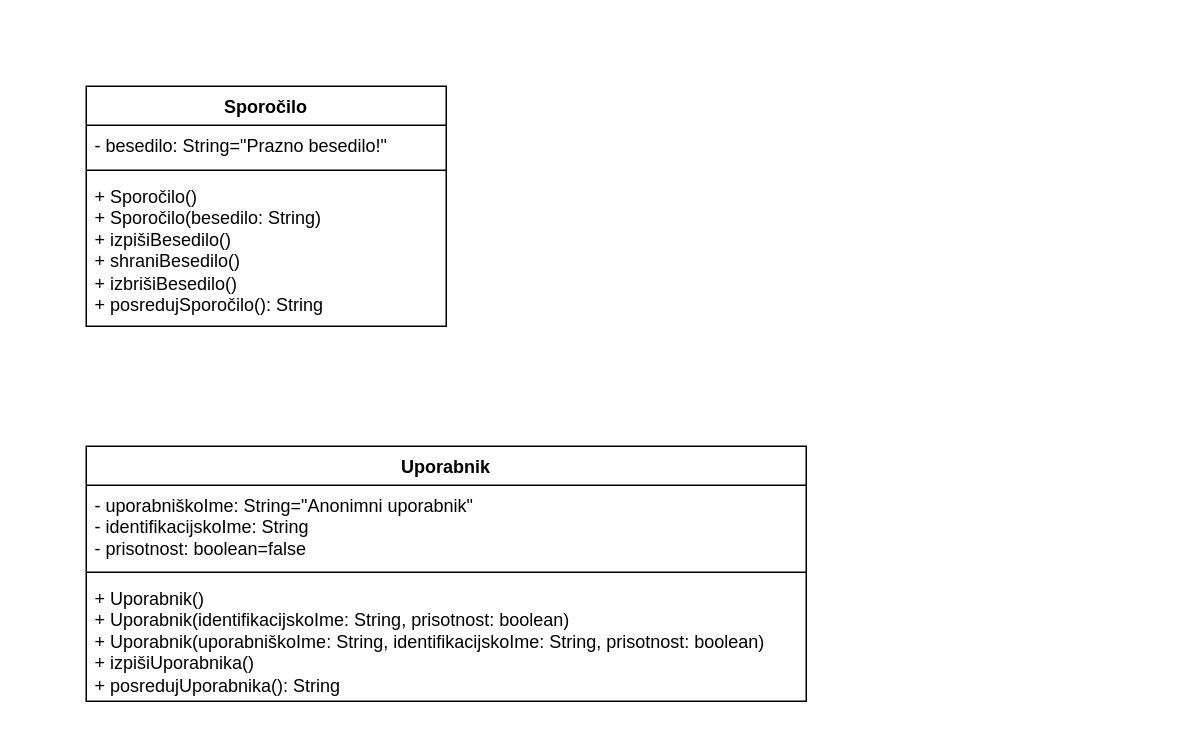
Before: Untitled Diagram.drawio in AnzeStanonik/UML, a draw.io diagram. Source tidied: cells renumbered, new cells numbered last; positions are measured from the earlier drawing's top-left corner, leaving out a move shared by most shapes. Both pictures are drawn from the tidied source at 150%, with x=0, y=0 at pixel (86, 86).
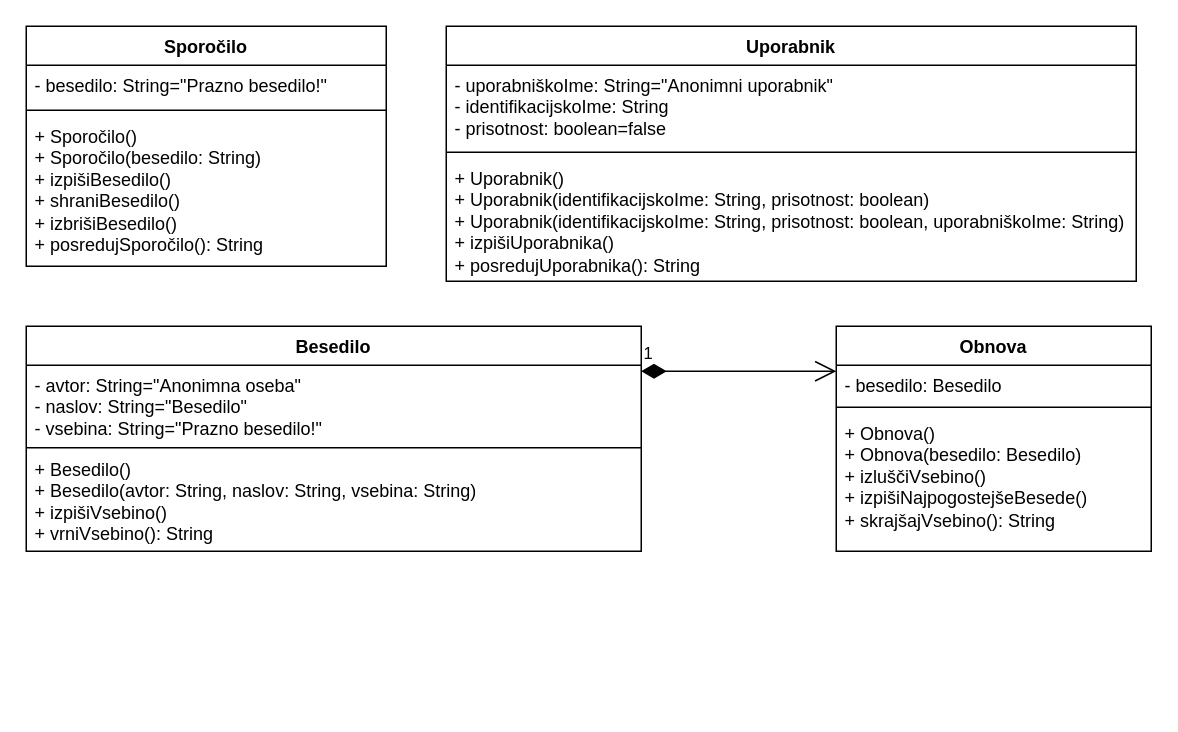
The same page after the edit.

What changed in the source:
```diff
@@
 <mxGraphModel>
   <root>
     <mxCell id="0" />
     <mxCell id="1" parent="0" />
     <mxCell id="2" value="Sporočilo" style="swimlane;fontStyle=1;align=center;verticalAlign=top;horizontal=1;startSize=26;whiteSpace=wrap;html=1;" parent="1" vertex="1">
-      <mxGeometry width="240" height="160" as="geometry" />
+      <mxGeometry x="-40" y="-40" width="240" height="160" as="geometry" />
     </mxCell>
     <mxCell id="3" value="- besedilo: String=&quot;Prazno besedilo!&quot;" style="text;strokeColor=none;fillColor=none;align=left;verticalAlign=top;spacingLeft=4;spacingRight=4;overflow=hidden;whiteSpace=wrap;html=1;" parent="2" vertex="1">
       <mxGeometry y="26" width="240" height="26" as="geometry" />
     </mxCell>
     <mxCell id="4" style="line;strokeWidth=1;fillColor=none;align=left;verticalAlign=middle;spacingTop=-1;spacingLeft=3;spacingRight=3;labelPosition=right;strokeColor=inherit;" parent="2" vertex="1">
       <mxGeometry y="52" width="240" height="8" as="geometry" />
     </mxCell>
     <mxCell id="5" value="+ Sporočilo()&lt;br&gt;+ Sporočilo(besedilo: String)&lt;br&gt;+ izpišiBesedilo()&lt;br&gt;+ shraniBesedilo()&lt;br&gt;+ izbrišiBesedilo()&lt;br&gt;+ posredujSporočilo(): String&lt;br&gt;&lt;span id=&quot;docs-internal-guid-d6e9b608-7fff-2b1b-9bd6-6f1874b1965f&quot;&gt;&lt;/span&gt;&lt;span id=&quot;docs-internal-guid-d6e9b608-7fff-2b1b-9bd6-6f1874b1965f&quot;&gt;&lt;/span&gt;&lt;span id=&quot;docs-internal-guid-d6e9b608-7fff-2b1b-9bd6-6f1874b1965f&quot;&gt;&lt;/span&gt;&lt;span id=&quot;docs-internal-guid-d6e9b608-7fff-2b1b-9bd6-6f1874b1965f&quot;&gt;&lt;/span&gt;&lt;span id=&quot;docs-internal-guid-d6e9b608-7fff-2b1b-9bd6-6f1874b1965f&quot;&gt;&lt;/span&gt;" style="text;strokeColor=none;fillColor=none;align=left;verticalAlign=top;spacingLeft=4;spacingRight=4;overflow=hidden;whiteSpace=wrap;html=1;" parent="2" vertex="1">
       <mxGeometry y="60" width="240" height="100" as="geometry" />
     </mxCell>
     <mxCell id="6" value="Uporabnik" style="swimlane;fontStyle=1;align=center;verticalAlign=top;horizontal=1;startSize=26;whiteSpace=wrap;html=1;" parent="1" vertex="1">
-      <mxGeometry y="240" width="480" height="170" as="geometry" />
+      <mxGeometry x="240" y="-40" width="460" height="170" as="geometry" />
     </mxCell>
     <mxCell id="7" value="- uporabniškoIme: String=&quot;Anonimni uporabnik&quot;&lt;br&gt;- identifikacijskoIme: String&lt;br&gt;- prisotnost: boolean=false" style="text;strokeColor=none;fillColor=none;align=left;verticalAlign=top;spacingLeft=4;spacingRight=4;overflow=hidden;whiteSpace=wrap;html=1;" parent="6" vertex="1">
-      <mxGeometry y="26" width="480" height="54" as="geometry" />
+      <mxGeometry y="26" width="460" height="54" as="geometry" />
     </mxCell>
     <mxCell id="8" style="line;strokeWidth=1;fillColor=none;align=left;verticalAlign=middle;spacingTop=-1;spacingLeft=3;spacingRight=3;labelPosition=right;strokeColor=inherit;" parent="6" vertex="1">
-      <mxGeometry y="80" width="480" height="8" as="geometry" />
+      <mxGeometry y="80" width="460" height="8" as="geometry" />
     </mxCell>
-    <mxCell id="9" value="+ Uporabnik()&lt;br&gt;+ Uporabnik(identifikacijskoIme: String, prisotnost: boolean)&lt;br&gt;+ Uporabnik(uporabniškoIme: String, identifikacijskoIme: String, prisotnost: boolean)&lt;br&gt;+ izpišiUporabnika()&lt;br&gt;+ posredujUporabnika(): String" style="text;strokeColor=none;fillColor=none;align=left;verticalAlign=top;spacingLeft=4;spacingRight=4;overflow=hidden;whiteSpace=wrap;html=1;" parent="6" vertex="1">
-      <mxGeometry y="88" width="480" height="82" as="geometry" />
+    <mxCell id="9" value="+ Uporabnik()&lt;br&gt;+ Uporabnik(identifikacijskoIme: String, prisotnost: boolean)&lt;br&gt;+ Uporabnik(identifikacijskoIme: String, prisotnost: boolean, uporabniškoIme: String)&lt;br&gt;+ izpišiUporabnika()&lt;br&gt;+ posredujUporabnika(): String" style="text;strokeColor=none;fillColor=none;align=left;verticalAlign=top;spacingLeft=4;spacingRight=4;overflow=hidden;whiteSpace=wrap;html=1;" parent="6" vertex="1">
+      <mxGeometry y="88" width="460" height="82" as="geometry" />
     </mxCell>
+    <mxCell id="10" value="Besedilo" style="swimlane;fontStyle=1;align=center;verticalAlign=top;horizontal=1;startSize=26;whiteSpace=wrap;html=1;" parent="1" vertex="1">
+      <mxGeometry x="-40" y="160" width="410" height="150" as="geometry" />
+    </mxCell>
+    <mxCell id="11" value="- avtor: String=&quot;Anonimna oseba&quot;&lt;br style=&quot;border-color: var(--border-color);&quot;&gt;- naslov: String=&quot;Besedilo&quot;&lt;br style=&quot;border-color: var(--border-color);&quot;&gt;- vsebina: String=&quot;Prazno besedilo!&quot;" style="text;strokeColor=none;fillColor=none;align=left;verticalAlign=top;spacingLeft=4;spacingRight=4;overflow=hidden;whiteSpace=wrap;html=1;" parent="10" vertex="1">
+      <mxGeometry y="26" width="410" height="54" as="geometry" />
+    </mxCell>
+    <mxCell id="12" style="line;strokeWidth=1;fillColor=none;align=left;verticalAlign=middle;spacingTop=-1;spacingLeft=3;spacingRight=3;labelPosition=right;strokeColor=inherit;" parent="10" vertex="1">
+      <mxGeometry y="80" width="410" height="2" as="geometry" />
+    </mxCell>
+    <mxCell id="13" value="+ Besedilo()&lt;br style=&quot;border-color: var(--border-color);&quot;&gt;+ Besedilo(avtor: String, naslov: String, vsebina: String)&lt;br style=&quot;border-color: var(--border-color);&quot;&gt;+ izpišiVsebino()&lt;br style=&quot;border-color: var(--border-color);&quot;&gt;+ vrniVsebino(): String" style="text;strokeColor=none;fillColor=none;align=left;verticalAlign=top;spacingLeft=4;spacingRight=4;overflow=hidden;whiteSpace=wrap;html=1;" parent="10" vertex="1">
+      <mxGeometry y="82" width="410" height="68" as="geometry" />
+    </mxCell>
+    <mxCell id="14" value="Obnova" style="swimlane;fontStyle=1;align=center;verticalAlign=top;horizontal=1;startSize=26;whiteSpace=wrap;html=1;" parent="1" vertex="1">
+      <mxGeometry x="500" y="160" width="210" height="150" as="geometry" />
+    </mxCell>
+    <mxCell id="15" value="- besedilo: Besedilo" style="text;strokeColor=none;fillColor=none;align=left;verticalAlign=top;spacingLeft=4;spacingRight=4;overflow=hidden;whiteSpace=wrap;html=1;" parent="14" vertex="1">
+      <mxGeometry y="26" width="210" height="24" as="geometry" />
+    </mxCell>
+    <mxCell id="16" style="line;strokeWidth=1;fillColor=none;align=left;verticalAlign=middle;spacingTop=-1;spacingLeft=3;spacingRight=3;labelPosition=right;strokeColor=inherit;" parent="14" vertex="1">
+      <mxGeometry y="50" width="210" height="8" as="geometry" />
+    </mxCell>
+    <mxCell id="17" value="+ Obnova()&lt;br&gt;+ Obnova(besedilo: Besedilo)&lt;br&gt;+ izluščiVsebino()&lt;br&gt;+ izpišiNajpogostejšeBesede()&lt;br&gt;+ skrajšajVsebino(): String" style="text;strokeColor=none;fillColor=none;align=left;verticalAlign=top;spacingLeft=4;spacingRight=4;overflow=hidden;whiteSpace=wrap;html=1;" parent="14" vertex="1">
+      <mxGeometry y="58" width="210" height="92" as="geometry" />
+    </mxCell>
+    <mxCell id="18" value="1" style="endArrow=open;html=1;endSize=12;startArrow=diamondThin;startSize=14;startFill=1;edgeStyle=orthogonalEdgeStyle;align=left;verticalAlign=bottom;rounded=0;" parent="1" edge="1">
+      <mxGeometry x="-1" y="3" relative="1" as="geometry">
+        <mxPoint x="370" y="190" as="sourcePoint" />
+        <mxPoint x="500" y="190" as="targetPoint" />
+      </mxGeometry>
+    </mxCell>
   </root>
 </mxGraphModel>
```
